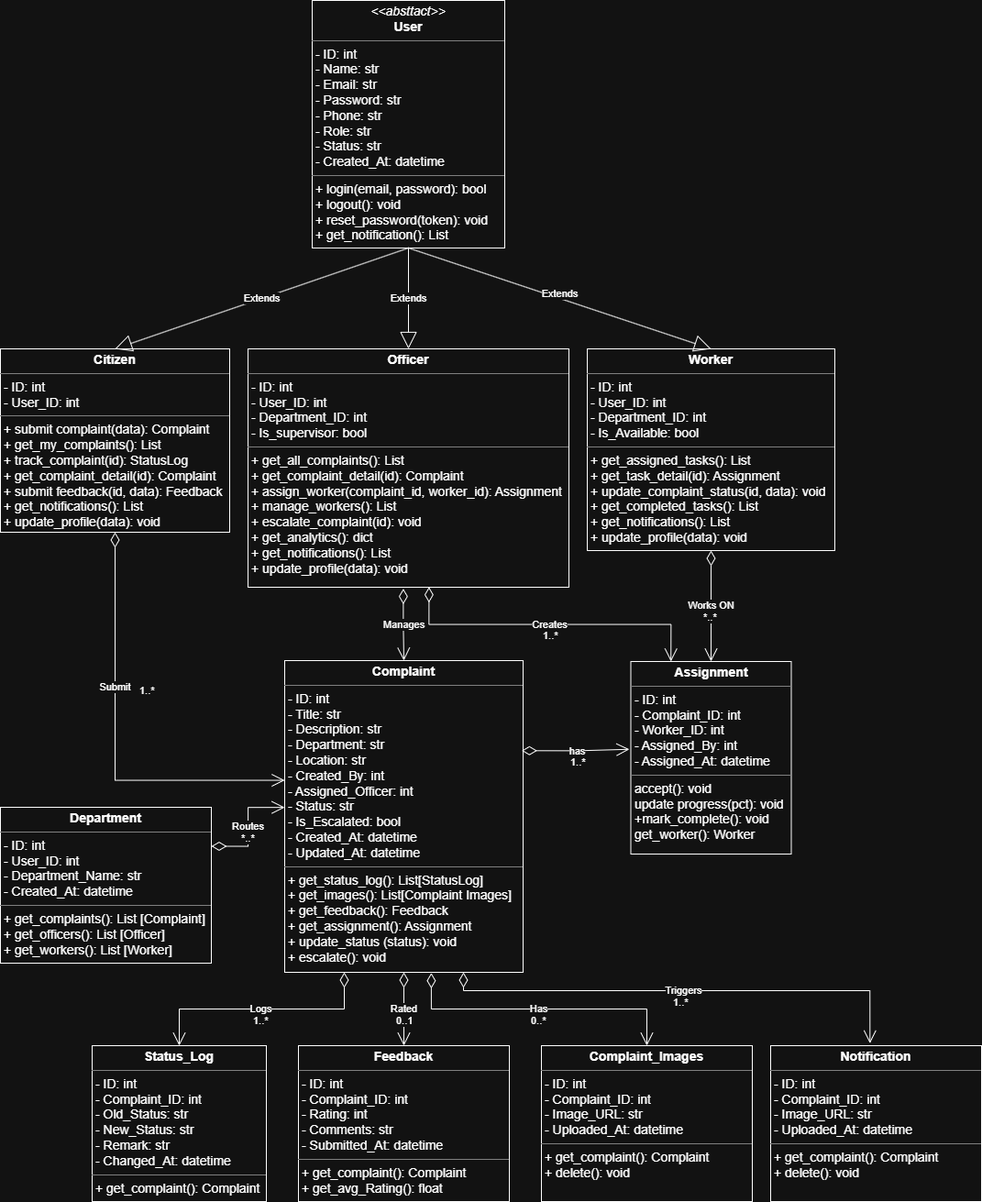
gakshatb/MAY2026-Team-101 keeps this draw.io diagram as backend/class-diagram.png. Above is the earlier version. Source tidied: cells renumbered, new cells last; positions are measured from the earlier drawing's top-left corner, leaving out a move shared by most shapes.
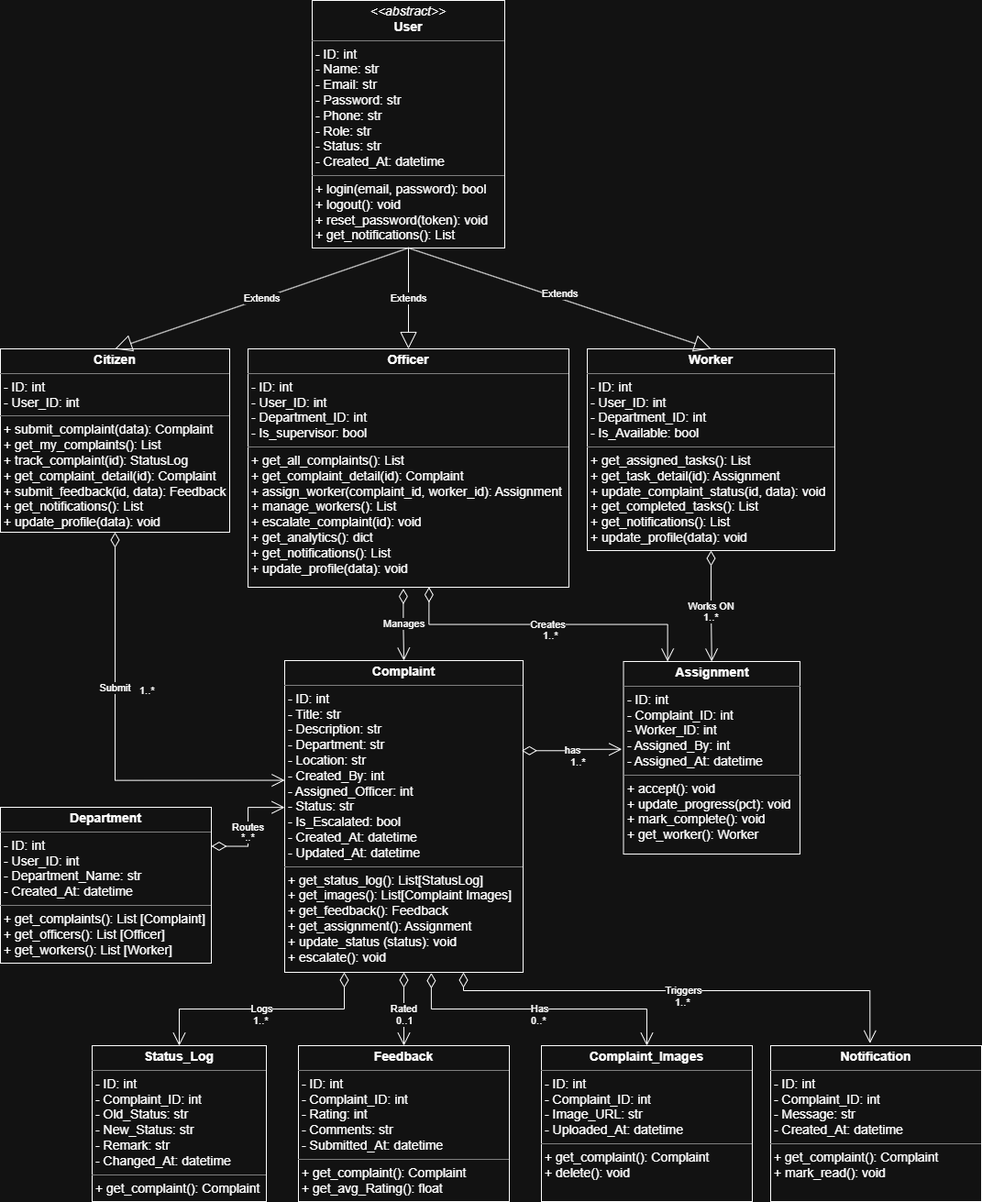
The same file after the commit.

What changed in the source:
```diff
@@ -4,6 +4,6 @@
     <mxCell id="1" parent="0" />
-    <mxCell id="2" value="&lt;p style=&quot;margin:0px;margin-top:4px;text-align:center;&quot;&gt;&lt;font style=&quot;font-size: 14px;&quot;&gt;&lt;i style=&quot;&quot;&gt;&amp;lt;&amp;lt;absttact&amp;gt;&amp;gt;&lt;/i&gt;&lt;br&gt;&lt;b style=&quot;&quot;&gt;User&lt;/b&gt;&lt;/font&gt;&lt;/p&gt;&lt;hr size=&quot;1&quot; style=&quot;border-style:solid;&quot;&gt;&lt;p style=&quot;margin:0px;margin-left:4px;&quot;&gt;&lt;font style=&quot;font-size: 14px;&quot;&gt;- ID: int&lt;/font&gt;&lt;/p&gt;&lt;p style=&quot;margin:0px;margin-left:4px;&quot;&gt;&lt;font style=&quot;font-size: 14px;&quot;&gt;- Name: str&lt;/font&gt;&lt;/p&gt;&lt;p style=&quot;margin:0px;margin-left:4px;&quot;&gt;&lt;font style=&quot;font-size: 14px;&quot;&gt;- Email: str&lt;/font&gt;&lt;/p&gt;&lt;p style=&quot;margin:0px;margin-left:4px;&quot;&gt;&lt;font style=&quot;font-size: 14px;&quot;&gt;- Password: str&lt;/font&gt;&lt;/p&gt;&lt;p style=&quot;margin:0px;margin-left:4px;&quot;&gt;&lt;font style=&quot;font-size: 14px;&quot;&gt;- Phone: str&lt;/font&gt;&lt;/p&gt;&lt;p style=&quot;margin:0px;margin-left:4px;&quot;&gt;&lt;font style=&quot;font-size: 14px;&quot;&gt;- Role: str&lt;/font&gt;&lt;/p&gt;&lt;p style=&quot;margin:0px;margin-left:4px;&quot;&gt;&lt;font style=&quot;font-size: 14px;&quot;&gt;- Status: str&lt;/font&gt;&lt;/p&gt;&lt;p style=&quot;margin:0px;margin-left:4px;&quot;&gt;&lt;span style=&quot;background-color: transparent; color: light-dark(rgb(0, 0, 0), rgb(255, 255, 255));&quot;&gt;&lt;font style=&quot;font-size: 14px;&quot;&gt;- Created_At: datetime&lt;/font&gt;&lt;/span&gt;&lt;/p&gt;&lt;hr size=&quot;1&quot; style=&quot;border-style:solid;&quot;&gt;&lt;p style=&quot;margin:0px;margin-left:4px;&quot;&gt;&lt;font style=&quot;font-size: 14px;&quot;&gt;+ login(email, password): bool&lt;br&gt;+ logout(): void&lt;/font&gt;&lt;/p&gt;&lt;p style=&quot;margin:0px;margin-left:4px;&quot;&gt;&lt;font style=&quot;font-size: 14px;&quot;&gt;+ reset_password(token): void&lt;/font&gt;&lt;/p&gt;&lt;p style=&quot;margin:0px;margin-left:4px;&quot;&gt;&lt;font style=&quot;font-size: 14px;&quot;&gt;+ get_notification(): List&lt;/font&gt;&lt;/p&gt;" style="verticalAlign=top;align=left;overflow=fill;html=1;whiteSpace=wrap;" parent="1" vertex="1">
+    <mxCell id="2" value="&lt;p style=&quot;margin:0px;margin-top:4px;text-align:center;&quot;&gt;&lt;font style=&quot;font-size: 14px;&quot;&gt;&lt;i style=&quot;&quot;&gt;&amp;lt;&amp;lt;abstract&amp;gt;&amp;gt;&lt;/i&gt;&lt;br&gt;&lt;b style=&quot;&quot;&gt;User&lt;/b&gt;&lt;/font&gt;&lt;/p&gt;&lt;hr size=&quot;1&quot; style=&quot;border-style:solid;&quot;&gt;&lt;p style=&quot;margin:0px;margin-left:4px;&quot;&gt;&lt;font style=&quot;font-size: 14px;&quot;&gt;- ID: int&lt;/font&gt;&lt;/p&gt;&lt;p style=&quot;margin:0px;margin-left:4px;&quot;&gt;&lt;font style=&quot;font-size: 14px;&quot;&gt;- Name: str&lt;/font&gt;&lt;/p&gt;&lt;p style=&quot;margin:0px;margin-left:4px;&quot;&gt;&lt;font style=&quot;font-size: 14px;&quot;&gt;- Email: str&lt;/font&gt;&lt;/p&gt;&lt;p style=&quot;margin:0px;margin-left:4px;&quot;&gt;&lt;font style=&quot;font-size: 14px;&quot;&gt;- Password: str&lt;/font&gt;&lt;/p&gt;&lt;p style=&quot;margin:0px;margin-left:4px;&quot;&gt;&lt;font style=&quot;font-size: 14px;&quot;&gt;- Phone: str&lt;/font&gt;&lt;/p&gt;&lt;p style=&quot;margin:0px;margin-left:4px;&quot;&gt;&lt;font style=&quot;font-size: 14px;&quot;&gt;- Role: str&lt;/font&gt;&lt;/p&gt;&lt;p style=&quot;margin:0px;margin-left:4px;&quot;&gt;&lt;font style=&quot;font-size: 14px;&quot;&gt;- Status: str&lt;/font&gt;&lt;/p&gt;&lt;p style=&quot;margin:0px;margin-left:4px;&quot;&gt;&lt;span style=&quot;background-color: transparent; color: light-dark(rgb(0, 0, 0), rgb(255, 255, 255));&quot;&gt;&lt;font style=&quot;font-size: 14px;&quot;&gt;- Created_At: datetime&lt;/font&gt;&lt;/span&gt;&lt;/p&gt;&lt;hr size=&quot;1&quot; style=&quot;border-style:solid;&quot;&gt;&lt;p style=&quot;margin:0px;margin-left:4px;&quot;&gt;&lt;font style=&quot;font-size: 14px;&quot;&gt;+ login(email, password): bool&lt;br&gt;+ logout(): void&lt;/font&gt;&lt;/p&gt;&lt;p style=&quot;margin:0px;margin-left:4px;&quot;&gt;&lt;font style=&quot;font-size: 14px;&quot;&gt;+ reset_password(token): void&lt;/font&gt;&lt;/p&gt;&lt;p style=&quot;margin:0px;margin-left:4px;&quot;&gt;&lt;font style=&quot;font-size: 14px;&quot;&gt;+ get_notifications(): List&lt;/font&gt;&lt;/p&gt;" style="verticalAlign=top;align=left;overflow=fill;html=1;whiteSpace=wrap;" parent="1" vertex="1">
       <mxGeometry x="340" width="210" height="270" as="geometry" />
     </mxCell>
-    <mxCell id="3" value="&lt;p style=&quot;margin:0px;margin-top:4px;text-align:center;&quot;&gt;&lt;b&gt;&lt;font style=&quot;font-size: 14px;&quot;&gt;Citizen&lt;/font&gt;&lt;/b&gt;&lt;/p&gt;&lt;hr size=&quot;1&quot; style=&quot;border-style:solid;&quot;&gt;&lt;p style=&quot;margin:0px;margin-left:4px;&quot;&gt;&lt;font style=&quot;font-size: 14px;&quot;&gt;- ID: int&lt;br&gt;- User_ID: int&lt;/font&gt;&lt;/p&gt;&lt;hr size=&quot;1&quot; style=&quot;border-style:solid;&quot;&gt;&lt;p style=&quot;margin:0px;margin-left:4px;&quot;&gt;&lt;font style=&quot;font-size: 14px;&quot;&gt;+ submit complaint(data): Complaint&lt;/font&gt;&lt;/p&gt;&lt;p style=&quot;margin:0px;margin-left:4px;&quot;&gt;&lt;font style=&quot;font-size: 14px;&quot;&gt;+&amp;nbsp;&lt;span style=&quot;background-color: transparent; color: light-dark(rgb(0, 0, 0), rgb(255, 255, 255));&quot;&gt;get_my_complaints(): List&lt;/span&gt;&lt;/font&gt;&lt;/p&gt;&lt;p style=&quot;margin:0px;margin-left:4px;&quot;&gt;&lt;font style=&quot;font-size: 14px;&quot;&gt;+ t&lt;span style=&quot;background-color: transparent; color: light-dark(rgb(0, 0, 0), rgb(255, 255, 255));&quot;&gt;rack_complaint(id): StatusLog&lt;/span&gt;&lt;/font&gt;&lt;/p&gt;&lt;p style=&quot;margin:0px;margin-left:4px;&quot;&gt;&lt;font style=&quot;font-size: 14px;&quot;&gt;&lt;span style=&quot;background-color: transparent; color: light-dark(rgb(0, 0, 0), rgb(255, 255, 255));&quot;&gt;+&amp;nbsp;&lt;/span&gt;&lt;span style=&quot;background-color: transparent; color: light-dark(rgb(0, 0, 0), rgb(255, 255, 255));&quot;&gt;get_complaint_detail(id): Complaint&lt;/span&gt;&lt;/font&gt;&lt;/p&gt;&lt;p style=&quot;margin:0px;margin-left:4px;&quot;&gt;&lt;font style=&quot;font-size: 14px;&quot;&gt;&lt;span style=&quot;background-color: transparent; color: light-dark(rgb(0, 0, 0), rgb(255, 255, 255));&quot;&gt;+&amp;nbsp;&lt;/span&gt;&lt;span style=&quot;background-color: transparent; color: light-dark(rgb(0, 0, 0), rgb(255, 255, 255));&quot;&gt;submit feedback(id, data): Feedback&lt;/span&gt;&lt;/font&gt;&lt;/p&gt;&lt;p style=&quot;margin:0px;margin-left:4px;&quot;&gt;&lt;span style=&quot;background-color: transparent; color: light-dark(rgb(0, 0, 0), rgb(255, 255, 255));&quot;&gt;&lt;font style=&quot;font-size: 14px;&quot;&gt;+ get_notifications(): List&lt;/font&gt;&lt;/span&gt;&lt;/p&gt;&lt;p style=&quot;margin:0px;margin-left:4px;&quot;&gt;&lt;font style=&quot;font-size: 14px;&quot;&gt;&lt;span style=&quot;background-color: transparent; color: light-dark(rgb(0, 0, 0), rgb(255, 255, 255));&quot;&gt;+&amp;nbsp;&lt;/span&gt;&lt;span style=&quot;background-color: transparent; color: light-dark(rgb(0, 0, 0), rgb(255, 255, 255));&quot;&gt;update_profile(data): void&lt;/span&gt;&lt;/font&gt;&lt;/p&gt;" style="verticalAlign=top;align=left;overflow=fill;html=1;whiteSpace=wrap;" parent="1" vertex="1">
+    <mxCell id="3" value="&lt;p style=&quot;margin:0px;margin-top:4px;text-align:center;&quot;&gt;&lt;b&gt;&lt;font style=&quot;font-size: 14px;&quot;&gt;Citizen&lt;/font&gt;&lt;/b&gt;&lt;/p&gt;&lt;hr size=&quot;1&quot; style=&quot;border-style:solid;&quot;&gt;&lt;p style=&quot;margin:0px;margin-left:4px;&quot;&gt;&lt;font style=&quot;font-size: 14px;&quot;&gt;- ID: int&lt;br&gt;- User_ID: int&lt;/font&gt;&lt;/p&gt;&lt;hr size=&quot;1&quot; style=&quot;border-style:solid;&quot;&gt;&lt;p style=&quot;margin:0px;margin-left:4px;&quot;&gt;&lt;font style=&quot;font-size: 14px;&quot;&gt;+ submit_complaint(data): Complaint&lt;/font&gt;&lt;/p&gt;&lt;p style=&quot;margin:0px;margin-left:4px;&quot;&gt;&lt;font style=&quot;font-size: 14px;&quot;&gt;+&amp;nbsp;&lt;span style=&quot;background-color: transparent; color: light-dark(rgb(0, 0, 0), rgb(255, 255, 255));&quot;&gt;get_my_complaints(): List&lt;/span&gt;&lt;/font&gt;&lt;/p&gt;&lt;p style=&quot;margin:0px;margin-left:4px;&quot;&gt;&lt;font style=&quot;font-size: 14px;&quot;&gt;+ t&lt;span style=&quot;background-color: transparent; color: light-dark(rgb(0, 0, 0), rgb(255, 255, 255));&quot;&gt;rack_complaint(id): StatusLog&lt;/span&gt;&lt;/font&gt;&lt;/p&gt;&lt;p style=&quot;margin:0px;margin-left:4px;&quot;&gt;&lt;font style=&quot;font-size: 14px;&quot;&gt;&lt;span style=&quot;background-color: transparent; color: light-dark(rgb(0, 0, 0), rgb(255, 255, 255));&quot;&gt;+&amp;nbsp;&lt;/span&gt;&lt;span style=&quot;background-color: transparent; color: light-dark(rgb(0, 0, 0), rgb(255, 255, 255));&quot;&gt;get_complaint_detail(id): Complaint&lt;/span&gt;&lt;/font&gt;&lt;/p&gt;&lt;p style=&quot;margin:0px;margin-left:4px;&quot;&gt;&lt;font style=&quot;font-size: 14px;&quot;&gt;&lt;span style=&quot;background-color: transparent; color: light-dark(rgb(0, 0, 0), rgb(255, 255, 255));&quot;&gt;+&amp;nbsp;&lt;/span&gt;&lt;span style=&quot;background-color: transparent; color: light-dark(rgb(0, 0, 0), rgb(255, 255, 255));&quot;&gt;submit_feedback(id, data): Feedback&lt;/span&gt;&lt;/font&gt;&lt;/p&gt;&lt;p style=&quot;margin:0px;margin-left:4px;&quot;&gt;&lt;span style=&quot;background-color: transparent; color: light-dark(rgb(0, 0, 0), rgb(255, 255, 255));&quot;&gt;&lt;font style=&quot;font-size: 14px;&quot;&gt;+ get_notifications(): List&lt;/font&gt;&lt;/span&gt;&lt;/p&gt;&lt;p style=&quot;margin:0px;margin-left:4px;&quot;&gt;&lt;font style=&quot;font-size: 14px;&quot;&gt;&lt;span style=&quot;background-color: transparent; color: light-dark(rgb(0, 0, 0), rgb(255, 255, 255));&quot;&gt;+&amp;nbsp;&lt;/span&gt;&lt;span style=&quot;background-color: transparent; color: light-dark(rgb(0, 0, 0), rgb(255, 255, 255));&quot;&gt;update_profile(data): void&lt;/span&gt;&lt;/font&gt;&lt;/p&gt;" style="verticalAlign=top;align=left;overflow=fill;html=1;whiteSpace=wrap;" parent="1" vertex="1">
       <mxGeometry y="380" width="250" height="200" as="geometry" />
@@ -39,4 +39,4 @@
     </mxCell>
-    <mxCell id="13" value="&lt;p style=&quot;margin:0px;margin-top:4px;text-align:center;&quot;&gt;&lt;b&gt;&lt;font style=&quot;font-size: 14px;&quot;&gt;Assignment&lt;/font&gt;&lt;/b&gt;&lt;/p&gt;&lt;hr size=&quot;1&quot; style=&quot;border-style:solid;&quot;&gt;&lt;p style=&quot;margin:0px;margin-left:4px;&quot;&gt;&lt;font style=&quot;font-size: 14px;&quot;&gt;- ID: int&lt;/font&gt;&lt;/p&gt;&lt;p style=&quot;margin: 0px 0px 0px 4px;&quot;&gt;&lt;span style=&quot;font-size: 14px;&quot;&gt;- Complaint_ID:&amp;nbsp;&lt;/span&gt;&lt;span style=&quot;font-size: 14px; background-color: transparent; color: light-dark(rgb(0, 0, 0), rgb(255, 255, 255));&quot;&gt;int&lt;/span&gt;&lt;/p&gt;&lt;p style=&quot;margin: 0px 0px 0px 4px;&quot;&gt;&lt;span style=&quot;font-size: 14px;&quot;&gt;- Worker_ID: i&lt;/span&gt;&lt;span style=&quot;font-size: 14px; background-color: transparent; color: light-dark(rgb(0, 0, 0), rgb(255, 255, 255));&quot;&gt;nt&lt;/span&gt;&lt;/p&gt;&lt;p style=&quot;margin: 0px 0px 0px 4px;&quot;&gt;&lt;span style=&quot;font-size: 14px;&quot;&gt;- Assigned_By:&amp;nbsp;&lt;/span&gt;&lt;span style=&quot;font-size: 14px; background-color: transparent; color: light-dark(rgb(0, 0, 0), rgb(255, 255, 255));&quot;&gt;int&lt;/span&gt;&lt;/p&gt;&lt;p style=&quot;margin: 0px 0px 0px 4px;&quot;&gt;&lt;span style=&quot;font-size: 14px;&quot;&gt;- Assigned_At:&amp;nbsp;&lt;/span&gt;&lt;span style=&quot;font-size: 14px; background-color: transparent; color: light-dark(rgb(0, 0, 0), rgb(255, 255, 255));&quot;&gt;datetime&lt;/span&gt;&lt;/p&gt;&lt;hr size=&quot;1&quot; style=&quot;border-style:solid;&quot;&gt;&lt;p style=&quot;margin:0px;margin-left:4px;&quot;&gt;&lt;span style=&quot;font-size: 14px; background-color: transparent; color: light-dark(rgb(0, 0, 0), rgb(255, 255, 255));&quot;&gt;accept(): void&lt;/span&gt;&lt;/p&gt;&lt;p style=&quot;margin:0px;margin-left:4px;&quot;&gt;&lt;span style=&quot;font-size: 14px;&quot;&gt;update progress(pct): void&lt;/span&gt;&lt;/p&gt;&lt;p style=&quot;margin:0px;margin-left:4px;&quot;&gt;&lt;span style=&quot;font-size: 14px;&quot;&gt;+mark_complete(): void&lt;/span&gt;&lt;/p&gt;&lt;p style=&quot;margin:0px;margin-left:4px;&quot;&gt;&lt;span style=&quot;font-size: 14px;&quot;&gt;get_worker(): Worker&lt;/span&gt;&lt;/p&gt;" style="verticalAlign=top;align=left;overflow=fill;html=1;whiteSpace=wrap;" parent="1" vertex="1">
-      <mxGeometry x="687.5" y="721" width="175" height="210" as="geometry" />
+    <mxCell id="13" value="&lt;p style=&quot;margin:0px;margin-top:4px;text-align:center;&quot;&gt;&lt;b&gt;&lt;font style=&quot;font-size: 14px;&quot;&gt;Assignment&lt;/font&gt;&lt;/b&gt;&lt;/p&gt;&lt;hr size=&quot;1&quot; style=&quot;border-style:solid;&quot;&gt;&lt;p style=&quot;margin:0px;margin-left:4px;&quot;&gt;&lt;font style=&quot;font-size: 14px;&quot;&gt;- ID: int&lt;/font&gt;&lt;/p&gt;&lt;p style=&quot;margin: 0px 0px 0px 4px;&quot;&gt;&lt;span style=&quot;font-size: 14px;&quot;&gt;- Complaint_ID:&amp;nbsp;&lt;/span&gt;&lt;span style=&quot;font-size: 14px; background-color: transparent; color: light-dark(rgb(0, 0, 0), rgb(255, 255, 255));&quot;&gt;int&lt;/span&gt;&lt;/p&gt;&lt;p style=&quot;margin: 0px 0px 0px 4px;&quot;&gt;&lt;span style=&quot;font-size: 14px;&quot;&gt;- Worker_ID: i&lt;/span&gt;&lt;span style=&quot;font-size: 14px; background-color: transparent; color: light-dark(rgb(0, 0, 0), rgb(255, 255, 255));&quot;&gt;nt&lt;/span&gt;&lt;/p&gt;&lt;p style=&quot;margin: 0px 0px 0px 4px;&quot;&gt;&lt;span style=&quot;font-size: 14px;&quot;&gt;- Assigned_By:&amp;nbsp;&lt;/span&gt;&lt;span style=&quot;font-size: 14px; background-color: transparent; color: light-dark(rgb(0, 0, 0), rgb(255, 255, 255));&quot;&gt;int&lt;/span&gt;&lt;/p&gt;&lt;p style=&quot;margin: 0px 0px 0px 4px;&quot;&gt;&lt;span style=&quot;font-size: 14px;&quot;&gt;- Assigned_At:&amp;nbsp;&lt;/span&gt;&lt;span style=&quot;font-size: 14px; background-color: transparent; color: light-dark(rgb(0, 0, 0), rgb(255, 255, 255));&quot;&gt;datetime&lt;/span&gt;&lt;/p&gt;&lt;hr size=&quot;1&quot; style=&quot;border-style:solid;&quot;&gt;&lt;p style=&quot;margin:0px;margin-left:4px;&quot;&gt;&lt;span style=&quot;font-size: 14px; background-color: transparent; color: light-dark(rgb(0, 0, 0), rgb(255, 255, 255));&quot;&gt;+ accept(): void&lt;/span&gt;&lt;/p&gt;&lt;p style=&quot;margin:0px;margin-left:4px;&quot;&gt;&lt;span style=&quot;font-size: 14px;&quot;&gt;+ update_progress(pct): void&lt;/span&gt;&lt;/p&gt;&lt;p style=&quot;margin:0px;margin-left:4px;&quot;&gt;&lt;span style=&quot;font-size: 14px;&quot;&gt;+ mark_complete(): void&lt;/span&gt;&lt;/p&gt;&lt;p style=&quot;margin:0px;margin-left:4px;&quot;&gt;&lt;span style=&quot;font-size: 14px;&quot;&gt;+ get_worker(): Worker&lt;/span&gt;&lt;/p&gt;" style="verticalAlign=top;align=left;overflow=fill;html=1;whiteSpace=wrap;" parent="1" vertex="1">
+      <mxGeometry x="679.5" y="721" width="192.5" height="210" as="geometry" />
     </mxCell>
@@ -53,3 +53,3 @@
     </mxCell>
-    <mxCell id="17" value="*..*" style="edgeLabel;html=1;align=left;verticalAlign=top;" parent="16" vertex="1">
+    <mxCell id="17" value="1..*" style="edgeLabel;html=1;align=left;verticalAlign=top;" parent="16" vertex="1">
       <mxGeometry x="-1" relative="1" as="geometry">
@@ -110,3 +110,3 @@
     </mxCell>
-    <mxCell id="32" value="&lt;p style=&quot;margin:0px;margin-top:4px;text-align:center;&quot;&gt;&lt;b&gt;&lt;font style=&quot;font-size: 14px;&quot;&gt;Notification&lt;/font&gt;&lt;/b&gt;&lt;/p&gt;&lt;hr size=&quot;1&quot; style=&quot;border-style:solid;&quot;&gt;&lt;p style=&quot;margin:0px;margin-left:4px;&quot;&gt;&lt;font style=&quot;font-size: 14px;&quot;&gt;- ID: int&lt;/font&gt;&lt;/p&gt;&lt;p style=&quot;margin:0px;margin-left:4px;&quot;&gt;&lt;font style=&quot;font-size: 14px;&quot;&gt;- Complaint_ID&lt;/font&gt;&lt;span style=&quot;background-color: transparent; color: light-dark(rgb(0, 0, 0), rgb(255, 255, 255)); font-size: 14px;&quot;&gt;:&amp;nbsp;&lt;/span&gt;&lt;span style=&quot;background-color: transparent; color: light-dark(rgb(0, 0, 0), rgb(255, 255, 255)); font-size: 14px;&quot;&gt;int&lt;/span&gt;&lt;/p&gt;&lt;p style=&quot;margin:0px;margin-left:4px;&quot;&gt;&lt;span style=&quot;background-color: transparent; color: light-dark(rgb(0, 0, 0), rgb(255, 255, 255)); font-size: 14px;&quot;&gt;- Image_URL: str&lt;/span&gt;&lt;/p&gt;&lt;p style=&quot;margin:0px;margin-left:4px;&quot;&gt;&lt;span style=&quot;background-color: transparent; color: light-dark(rgb(0, 0, 0), rgb(255, 255, 255)); font-size: 14px;&quot;&gt;- Uploaded_At: &lt;/span&gt;&lt;span style=&quot;background-color: transparent; color: light-dark(rgb(0, 0, 0), rgb(255, 255, 255)); font-size: 14px;&quot;&gt;datetime&lt;/span&gt;&lt;/p&gt;&lt;hr size=&quot;1&quot; style=&quot;border-style:solid;&quot;&gt;&lt;p style=&quot;margin:0px;margin-left:4px;&quot;&gt;&lt;span style=&quot;font-size: 14px; background-color: transparent; color: light-dark(rgb(0, 0, 0), rgb(255, 255, 255));&quot;&gt;+ get_complaint(): Complaint&lt;/span&gt;&lt;/p&gt;&lt;p style=&quot;margin:0px;margin-left:4px;&quot;&gt;&lt;span style=&quot;font-size: 14px;&quot;&gt;+ delete(): void&lt;/span&gt;&lt;/p&gt;" style="verticalAlign=top;align=left;overflow=fill;html=1;whiteSpace=wrap;" parent="1" vertex="1">
+    <mxCell id="32" value="&lt;p style=&quot;margin:0px;margin-top:4px;text-align:center;&quot;&gt;&lt;b&gt;&lt;font style=&quot;font-size: 14px;&quot;&gt;Notification&lt;/font&gt;&lt;/b&gt;&lt;/p&gt;&lt;hr size=&quot;1&quot; style=&quot;border-style:solid;&quot;&gt;&lt;p style=&quot;margin:0px;margin-left:4px;&quot;&gt;&lt;font style=&quot;font-size: 14px;&quot;&gt;- ID: int&lt;/font&gt;&lt;/p&gt;&lt;p style=&quot;margin:0px;margin-left:4px;&quot;&gt;&lt;font style=&quot;font-size: 14px;&quot;&gt;- Complaint_ID&lt;/font&gt;&lt;span style=&quot;background-color: transparent; color: light-dark(rgb(0, 0, 0), rgb(255, 255, 255)); font-size: 14px;&quot;&gt;:&amp;nbsp;&lt;/span&gt;&lt;span style=&quot;background-color: transparent; color: light-dark(rgb(0, 0, 0), rgb(255, 255, 255)); font-size: 14px;&quot;&gt;int&lt;/span&gt;&lt;/p&gt;&lt;p style=&quot;margin:0px;margin-left:4px;&quot;&gt;&lt;span style=&quot;background-color: transparent; color: light-dark(rgb(0, 0, 0), rgb(255, 255, 255)); font-size: 14px;&quot;&gt;- Message: str&lt;/span&gt;&lt;/p&gt;&lt;p style=&quot;margin:0px;margin-left:4px;&quot;&gt;&lt;span style=&quot;background-color: transparent; color: light-dark(rgb(0, 0, 0), rgb(255, 255, 255)); font-size: 14px;&quot;&gt;- Created_At: &lt;/span&gt;&lt;span style=&quot;background-color: transparent; color: light-dark(rgb(0, 0, 0), rgb(255, 255, 255)); font-size: 14px;&quot;&gt;datetime&lt;/span&gt;&lt;/p&gt;&lt;hr size=&quot;1&quot; style=&quot;border-style:solid;&quot;&gt;&lt;p style=&quot;margin:0px;margin-left:4px;&quot;&gt;&lt;span style=&quot;font-size: 14px; background-color: transparent; color: light-dark(rgb(0, 0, 0), rgb(255, 255, 255));&quot;&gt;+ get_complaint(): Complaint&lt;/span&gt;&lt;/p&gt;&lt;p style=&quot;margin:0px;margin-left:4px;&quot;&gt;&lt;span style=&quot;font-size: 14px;&quot;&gt;+ mark_read(): void&lt;/span&gt;&lt;/p&gt;" style="verticalAlign=top;align=left;overflow=fill;html=1;whiteSpace=wrap;" parent="1" vertex="1">
       <mxGeometry x="840" y="1140" width="230" height="170" as="geometry" />
@@ -123,3 +123,3 @@
       <mxGeometry x="-1" relative="1" as="geometry">
-        <mxPoint x="227" y="20" as="offset" />
+        <mxPoint x="229" y="20" as="offset" />
       </mxGeometry>
```
